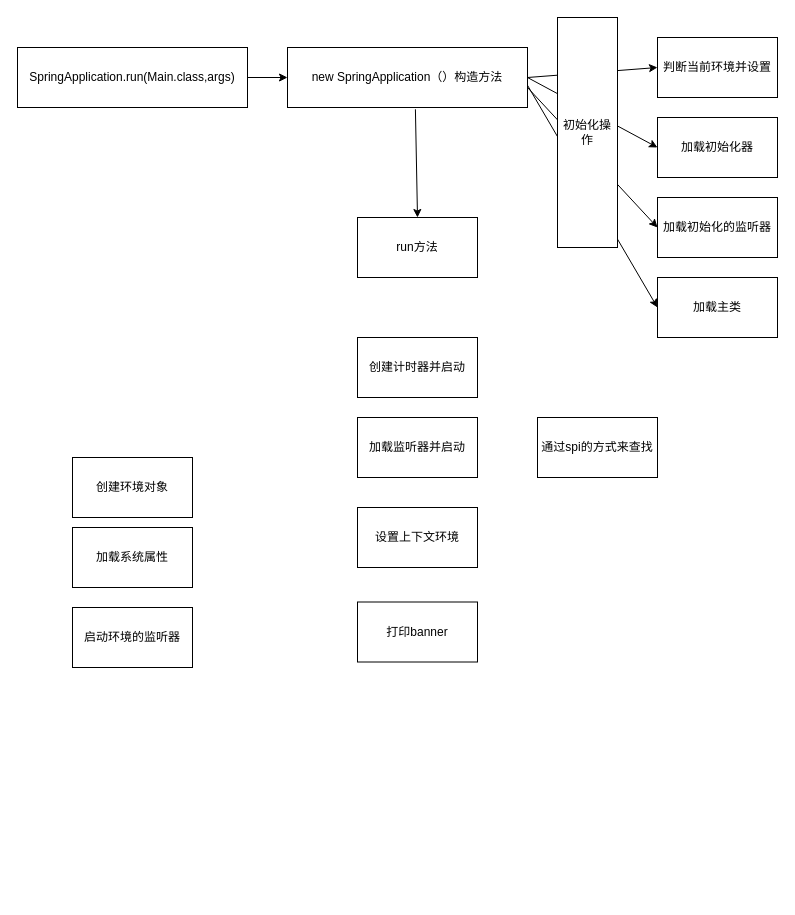
Before: springboot启动流程.drawio in gxb55/spring_solve, a draw.io diagram. Source tidied: cells renumbered, new cells numbered last; positions are measured from the earlier drawing's top-left corner, leaving out a move shared by most shapes. Both pictures are drawn from the tidied source at 100%, with x=0, y=0 at pixel (17, 17).
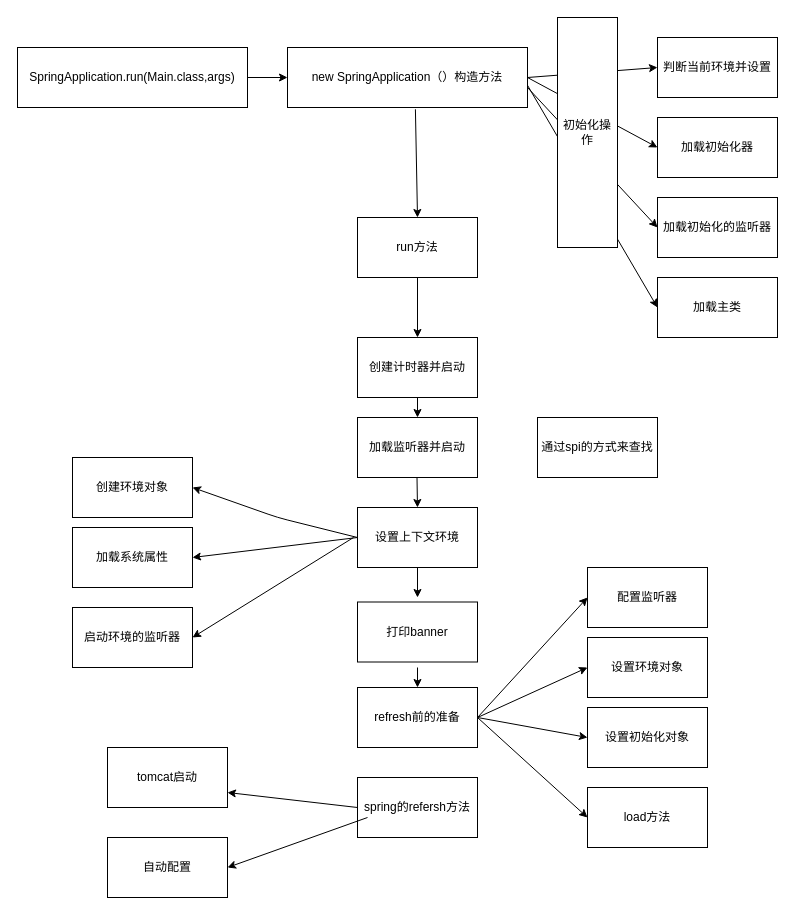
Above is the later version.

Unchanged cells that the change refers to:
```xml
<mxCell id="4" value="run方法" style="rounded=0;whiteSpace=wrap;html=1;" parent="1" vertex="1">
  <mxGeometry x="340" y="200" width="120" height="60" as="geometry" />
</mxCell>
<mxCell id="16" value="创建计时器并启动" style="rounded=0;whiteSpace=wrap;html=1;" parent="1" vertex="1">
  <mxGeometry x="340" y="320" width="120" height="60" as="geometry" />
</mxCell>
<mxCell id="17" value="加载监听器并启动" style="rounded=0;whiteSpace=wrap;html=1;" parent="1" vertex="1">
  <mxGeometry x="340" y="400" width="120" height="60" as="geometry" />
</mxCell>
<mxCell id="19" value="设置上下文环境" style="rounded=0;whiteSpace=wrap;html=1;" parent="1" vertex="1">
  <mxGeometry x="340" y="490" width="120" height="60" as="geometry" />
</mxCell>
<mxCell id="20" value="加载系统属性" style="rounded=0;whiteSpace=wrap;html=1;" parent="1" vertex="1">
  <mxGeometry x="55" y="510" width="120" height="60" as="geometry" />
</mxCell>
<mxCell id="21" value="启动环境的监听器" style="rounded=0;whiteSpace=wrap;html=1;" parent="1" vertex="1">
  <mxGeometry x="55" y="590" width="120" height="60" as="geometry" />
</mxCell>
<mxCell id="22" value="创建环境对象" style="rounded=0;whiteSpace=wrap;html=1;" parent="1" vertex="1">
  <mxGeometry x="55" y="440" width="120" height="60" as="geometry" />
</mxCell>
```

Change to the diagram source:
```diff
@@
+    <mxCell id="24" value="refresh前的准备" style="rounded=0;whiteSpace=wrap;html=1;" parent="1" vertex="1">
+      <mxGeometry x="340" y="670" width="120" height="60" as="geometry" />
+    </mxCell>
+    <mxCell id="25" value="配置监听器" style="rounded=0;whiteSpace=wrap;html=1;" parent="1" vertex="1">
+      <mxGeometry x="570" y="550" width="120" height="60" as="geometry" />
+    </mxCell>
+    <mxCell id="26" value="设置初始化对象" style="rounded=0;whiteSpace=wrap;html=1;" parent="1" vertex="1">
+      <mxGeometry x="570" y="690" width="120" height="60" as="geometry" />
+    </mxCell>
+    <mxCell id="27" value="load方法" style="rounded=0;whiteSpace=wrap;html=1;" parent="1" vertex="1">
+      <mxGeometry x="570" y="770" width="120" height="60" as="geometry" />
+    </mxCell>
+    <mxCell id="28" value="设置环境对象" style="rounded=0;whiteSpace=wrap;html=1;" parent="1" vertex="1">
+      <mxGeometry x="570" y="620" width="120" height="60" as="geometry" />
+    </mxCell>
+    <mxCell id="29" style="endArrow=classic;html=1;entryX=1;entryY=0.5;entryDx=0;entryDy=0;exitX=0;exitY=0.5;exitDx=0;exitDy=0;" parent="1" edge="1" source="19" target="22">
+      <mxGeometry relative="1" as="geometry">
+        <Array as="points">
+          <mxPoint x="260" y="500" />
+        </Array>
+      </mxGeometry>
+    </mxCell>
+    <mxCell id="30" style="endArrow=classic;html=1;entryX=1;entryY=0.5;entryDx=0;entryDy=0;exitX=0;exitY=0.5;exitDx=0;exitDy=0;" parent="1" edge="1" source="19" target="20">
+      <mxGeometry relative="1" as="geometry" />
+    </mxCell>
+    <mxCell id="31" style="endArrow=classic;html=1;entryX=1;entryY=0.5;entryDx=0;entryDy=0;" parent="1" edge="1" target="21">
+      <mxGeometry relative="1" as="geometry">
+        <mxPoint x="336" y="520" as="sourcePoint" />
+      </mxGeometry>
+    </mxCell>
+    <mxCell id="32" style="endArrow=classic;html=1;entryX=0;entryY=0.5;entryDx=0;entryDy=0;exitX=1;exitY=0.5;exitDx=0;exitDy=0;" parent="1" edge="1" source="24" target="25">
+      <mxGeometry relative="1" as="geometry" />
+    </mxCell>
+    <mxCell id="33" style="endArrow=classic;html=1;entryX=0;entryY=0.5;entryDx=0;entryDy=0;exitX=1;exitY=0.5;exitDx=0;exitDy=0;" parent="1" edge="1" source="24" target="28">
+      <mxGeometry relative="1" as="geometry" />
+    </mxCell>
+    <mxCell id="34" style="endArrow=classic;html=1;entryX=0;entryY=0.5;entryDx=0;entryDy=0;exitX=1;exitY=0.5;exitDx=0;exitDy=0;" parent="1" edge="1" source="24" target="26">
+      <mxGeometry relative="1" as="geometry" />
+    </mxCell>
+    <mxCell id="35" style="endArrow=classic;html=1;entryX=0;entryY=0.5;entryDx=0;entryDy=0;exitX=1;exitY=0.5;exitDx=0;exitDy=0;" parent="1" edge="1" target="27">
+      <mxGeometry relative="1" as="geometry">
+        <mxPoint x="460" y="700" as="sourcePoint" />
+      </mxGeometry>
+    </mxCell>
+    <mxCell id="36" value="spring的refersh方法" style="rounded=0;whiteSpace=wrap;html=1;" parent="1" vertex="1">
+      <mxGeometry x="340" y="760" width="120" height="60" as="geometry" />
+    </mxCell>
+    <mxCell id="37" value="tomcat启动" style="rounded=0;whiteSpace=wrap;html=1;" parent="1" vertex="1">
+      <mxGeometry x="90" y="730" width="120" height="60" as="geometry" />
+    </mxCell>
+    <mxCell id="38" value="自动配置" style="rounded=0;whiteSpace=wrap;html=1;" parent="1" vertex="1">
+      <mxGeometry x="90" y="820" width="120" height="60" as="geometry" />
+    </mxCell>
+    <mxCell id="39" style="endArrow=classic;html=1;entryX=1;entryY=0.75;entryDx=0;entryDy=0;exitX=0;exitY=0.5;exitDx=0;exitDy=0;" parent="1" edge="1" source="36" target="37">
+      <mxGeometry relative="1" as="geometry" />
+    </mxCell>
+    <mxCell id="40" style="endArrow=classic;html=1;entryX=1;entryY=0.5;entryDx=0;entryDy=0;exitX=0;exitY=0.5;exitDx=0;exitDy=0;" parent="1" edge="1" target="38">
+      <mxGeometry relative="1" as="geometry">
+        <mxPoint x="350" y="800" as="sourcePoint" />
+      </mxGeometry>
+    </mxCell>
+    <mxCell id="41" style="endArrow=classic;html=1;entryX=0.5;entryY=0;entryDx=0;entryDy=0;exitX=0.5;exitY=1;exitDx=0;exitDy=0;exitPerimeter=0;" parent="1" edge="1" source="4" target="16">
+      <mxGeometry relative="1" as="geometry" />
+    </mxCell>
+    <mxCell id="42" style="endArrow=classic;html=1;entryX=0.5;entryY=0;entryDx=0;entryDy=0;exitX=0.5;exitY=1;exitDx=0;exitDy=0;" parent="1" edge="1" source="16" target="17">
+      <mxGeometry relative="1" as="geometry" />
+    </mxCell>
+    <mxCell id="43" style="endArrow=classic;html=1;exitX=0.5;exitY=1;exitDx=0;exitDy=0;exitPerimeter=0;" parent="1" edge="1">
+      <mxGeometry relative="1" as="geometry">
+        <mxPoint x="399.5" y="460" as="sourcePoint" />
+        <mxPoint x="400" y="490" as="targetPoint" />
+      </mxGeometry>
+    </mxCell>
+    <mxCell id="44" style="endArrow=classic;html=1;exitX=0.5;exitY=1;exitDx=0;exitDy=0;" parent="1" edge="1" source="19">
+      <mxGeometry relative="1" as="geometry">
+        <mxPoint x="400" y="580" as="targetPoint" />
+      </mxGeometry>
+    </mxCell>
+    <mxCell id="45" style="endArrow=classic;html=1;entryX=0.5;entryY=0;entryDx=0;entryDy=0;" parent="1" edge="1" target="24">
+      <mxGeometry relative="1" as="geometry">
+        <mxPoint x="400" y="650" as="sourcePoint" />
+      </mxGeometry>
+    </mxCell>
```
